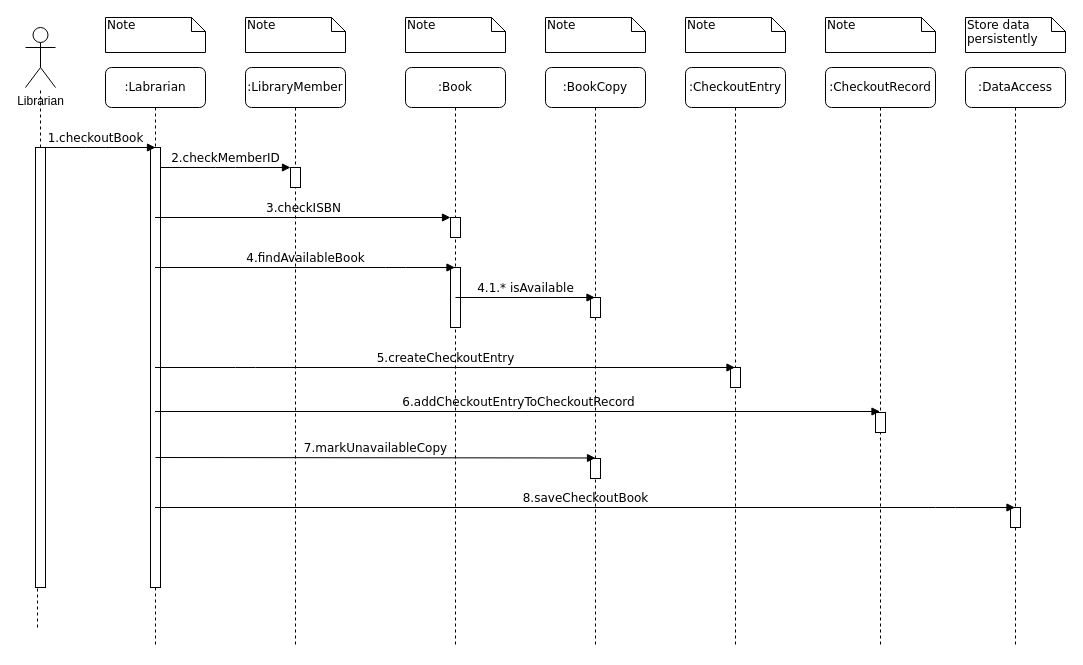
Before: Sequence_CheckoutBook.drawio in megaunknown/UML, a draw.io diagram. Source tidied: cells renumbered, new cells numbered last; positions are measured from the earlier drawing's top-left corner, leaving out a move shared by most shapes. Both pictures are drawn from the tidied source at 100%, with x=0, y=0 at pixel (25, 17).
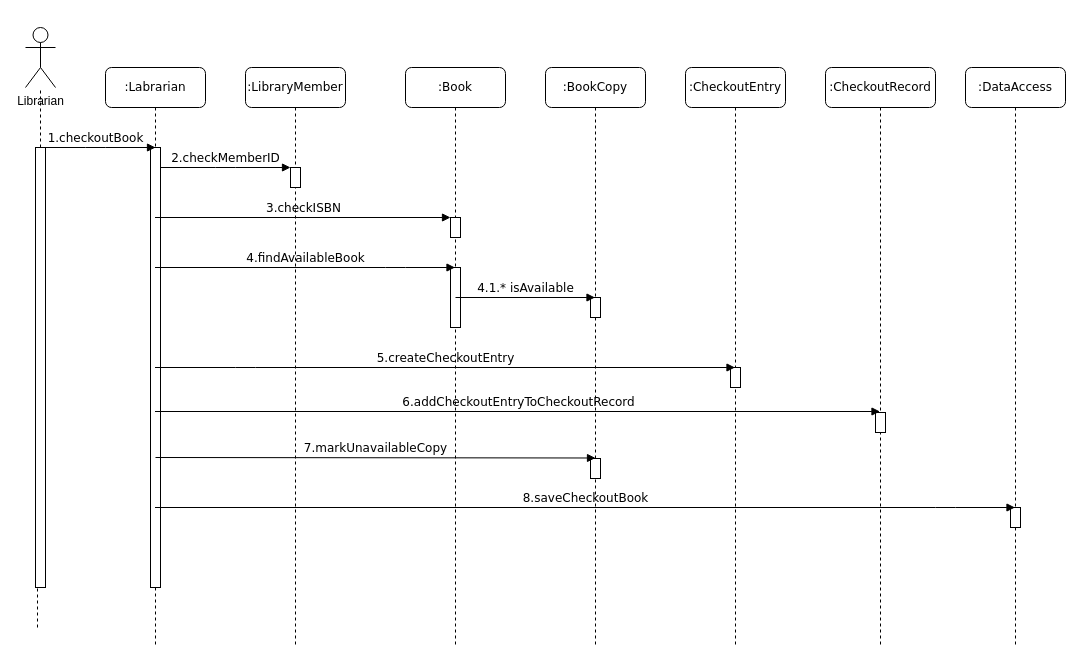
After the change.

The edit, as a diff of the source:
```diff
@@
-    <mxCell id="22" value="Note" style="shape=note;whiteSpace=wrap;html=1;size=14;verticalAlign=top;align=left;spacingTop=-6;rounded=0;shadow=0;comic=0;labelBackgroundColor=none;strokeWidth=1;fontFamily=Verdana;fontSize=12;" parent="1" vertex="1">
-      <mxGeometry x="80" width="100" height="35" as="geometry" />
-    </mxCell>
-    <mxCell id="23" value="Note" style="shape=note;whiteSpace=wrap;html=1;size=14;verticalAlign=top;align=left;spacingTop=-6;rounded=0;shadow=0;comic=0;labelBackgroundColor=none;strokeWidth=1;fontFamily=Verdana;fontSize=12;" parent="1" vertex="1">
-      <mxGeometry x="220" width="100" height="35" as="geometry" />
-    </mxCell>
-    <mxCell id="24" value="Note" style="shape=note;whiteSpace=wrap;html=1;size=14;verticalAlign=top;align=left;spacingTop=-6;rounded=0;shadow=0;comic=0;labelBackgroundColor=none;strokeWidth=1;fontFamily=Verdana;fontSize=12;" parent="1" vertex="1">
-      <mxGeometry x="380" width="100" height="35" as="geometry" />
-    </mxCell>
-    <mxCell id="25" value="Note" style="shape=note;whiteSpace=wrap;html=1;size=14;verticalAlign=top;align=left;spacingTop=-6;rounded=0;shadow=0;comic=0;labelBackgroundColor=none;strokeWidth=1;fontFamily=Verdana;fontSize=12;" parent="1" vertex="1">
-      <mxGeometry x="520" width="100" height="35" as="geometry" />
-    </mxCell>
-    <mxCell id="26" value="Note" style="shape=note;whiteSpace=wrap;html=1;size=14;verticalAlign=top;align=left;spacingTop=-6;rounded=0;shadow=0;comic=0;labelBackgroundColor=none;strokeWidth=1;fontFamily=Verdana;fontSize=12;" parent="1" vertex="1">
-      <mxGeometry x="660" width="100" height="35" as="geometry" />
-    </mxCell>
-    <mxCell id="27" value="Note" style="shape=note;whiteSpace=wrap;html=1;size=14;verticalAlign=top;align=left;spacingTop=-6;rounded=0;shadow=0;comic=0;labelBackgroundColor=none;strokeWidth=1;fontFamily=Verdana;fontSize=12;" parent="1" vertex="1">
-      <mxGeometry x="800" width="110" height="35" as="geometry" />
-    </mxCell>
-    <mxCell id="28" value="Store data persistently" style="shape=note;whiteSpace=wrap;html=1;size=14;verticalAlign=top;align=left;spacingTop=-6;rounded=0;shadow=0;comic=0;labelBackgroundColor=none;strokeWidth=1;fontFamily=Verdana;fontSize=12;" parent="1" vertex="1">
-      <mxGeometry x="940" width="100" height="35" as="geometry" />
-    </mxCell>
```
